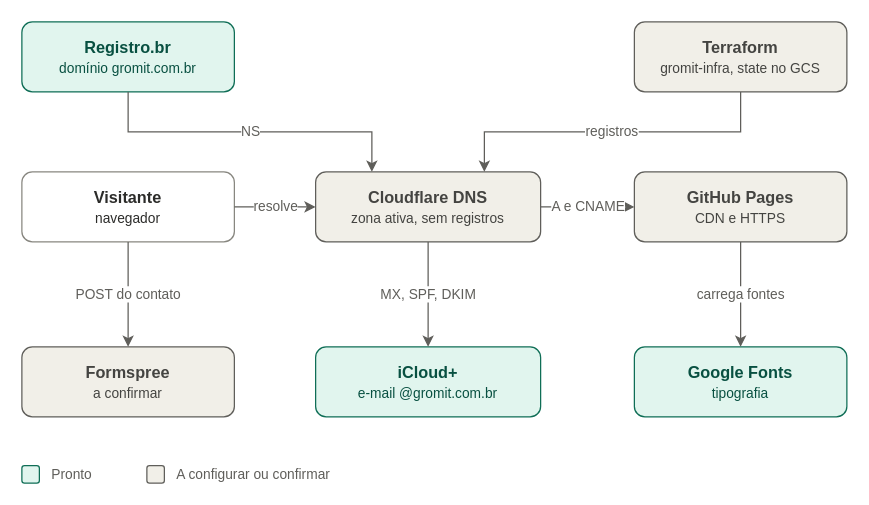
Before: docs/gromit-site-infra.drawio in danilofreytas/gromit-innovation, a draw.io diagram. Source tidied: cells renumbered, new cells numbered last; positions are measured from the earlier drawing's top-left corner, leaving out a move shared by most shapes. Both pictures are drawn from the tidied source at 125%, with x=0, y=0 at pixel (21, 21).
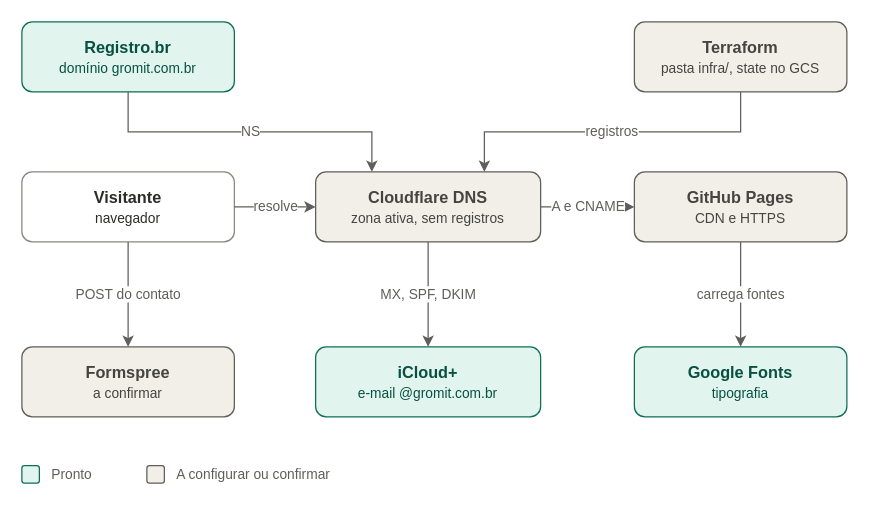
After the change.

Change to the diagram source:
```diff
@@
-    <mxCell id="3" value="&lt;b&gt;Terraform&lt;/b&gt;&lt;br&gt;&lt;font style=&quot;font-size:11px&quot;&gt;gromit-infra, state no GCS&lt;/font&gt;" style="rounded=1;whiteSpace=wrap;html=1;fontSize=13;fillColor=#F1EFE8;strokeColor=#5F5E5A;fontColor=#444441;" parent="1" vertex="1">
+    <mxCell id="3" value="&lt;b&gt;Terraform&lt;/b&gt;&lt;br&gt;&lt;font style=&quot;font-size:11px&quot;&gt;pasta infra/, state no GCS&lt;/font&gt;" style="rounded=1;whiteSpace=wrap;html=1;fontSize=13;fillColor=#F1EFE8;strokeColor=#5F5E5A;fontColor=#444441;" parent="1" vertex="1">
       <mxGeometry x="490" width="170" height="56" as="geometry" />
     </mxCell>
```
